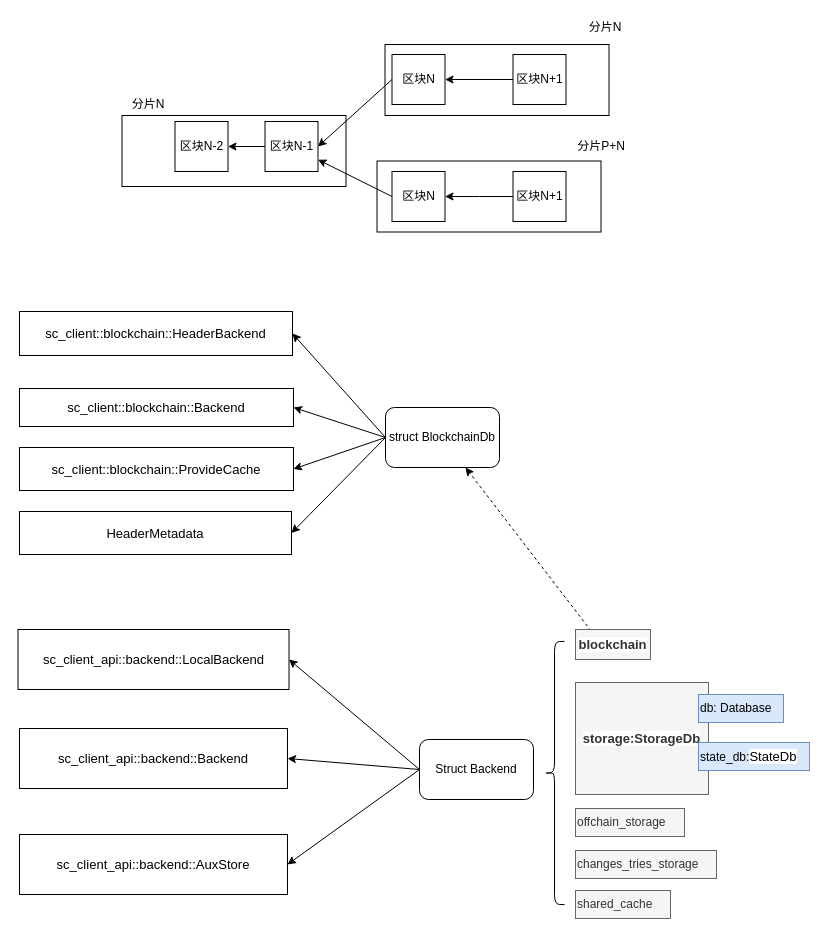
Before: page "分片" (11 of 16) of 设计说明/system.drawio in plotozhu/PynxDoc, a draw.io diagram. Source tidied: cells renumbered, new cells numbered last; positions are measured from the earlier drawing's top-left corner, leaving out a move shared by most shapes. Both pictures are drawn from the tidied source at 100%, with x=0, y=0 at pixel (17, 17).
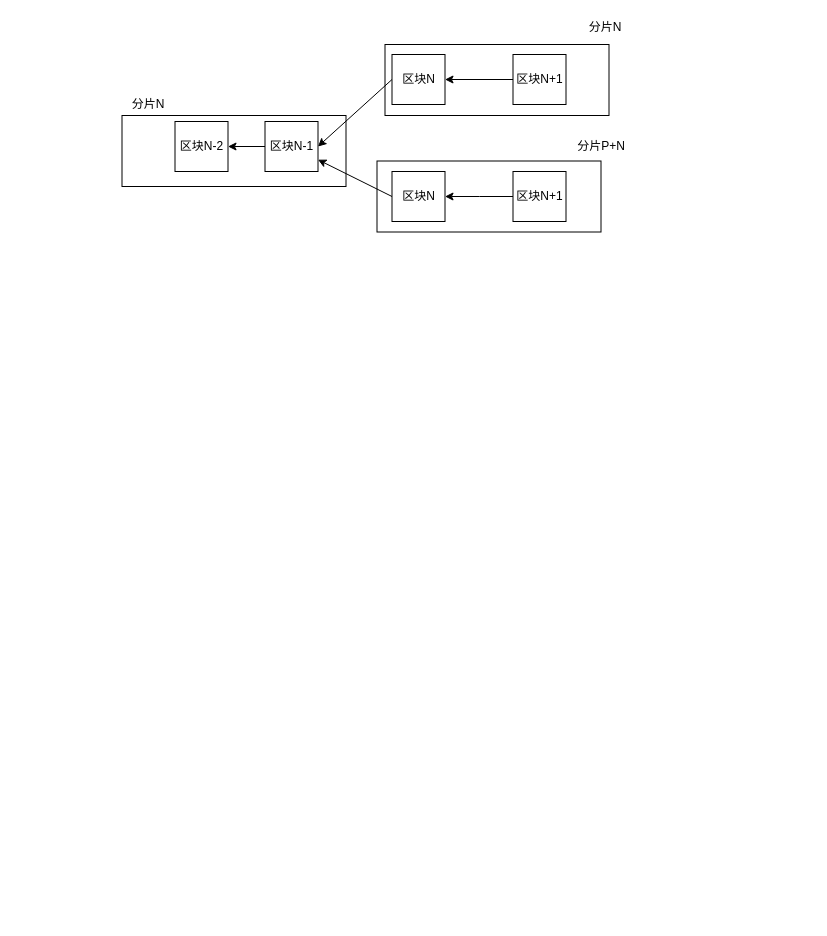
The same page after the edit.

The edit, as a diff of the source:
```diff
@@
-    <mxCell id="19" style="edgeStyle=none;rounded=0;jettySize=auto;html=1;exitX=0;exitY=0.5;exitDx=0;exitDy=0;entryX=1;entryY=0.5;entryDx=0;entryDy=0;" parent="1" edge="1" source="22" target="25">
-      <mxGeometry relative="1" as="geometry" />
-    </mxCell>
-    <mxCell id="20" style="edgeStyle=none;rounded=0;jettySize=auto;html=1;exitX=0;exitY=0.5;exitDx=0;exitDy=0;entryX=1;entryY=0.5;entryDx=0;entryDy=0;" parent="1" edge="1" source="22" target="24">
-      <mxGeometry relative="1" as="geometry" />
-    </mxCell>
-    <mxCell id="21" style="edgeStyle=none;rounded=0;jettySize=auto;html=1;exitX=0;exitY=0.5;exitDx=0;exitDy=0;entryX=1;entryY=0.5;entryDx=0;entryDy=0;" parent="1" edge="1" source="22" target="23">
-      <mxGeometry relative="1" as="geometry" />
-    </mxCell>
-    <mxCell id="22" value="Struct Backend" style="rounded=1;whiteSpace=wrap;html=1;glass=0;" parent="1" vertex="1">
-      <mxGeometry x="402" y="722" width="114" height="60" as="geometry" />
-    </mxCell>
-    <mxCell id="23" value="&lt;pre style=&quot;background-color: rgb(255 , 255 , 255) ; font-family: &amp;#34;jetbrains mono&amp;#34; ; font-size: 9.8pt&quot;&gt;sc_client_api::backend::AuxStore&lt;/pre&gt;" style="rounded=0;whiteSpace=wrap;html=1;" parent="1" vertex="1">
-      <mxGeometry x="2" y="817" width="268" height="60" as="geometry" />
-    </mxCell>
-    <mxCell id="24" value="&lt;pre style=&quot;background-color: rgb(255 , 255 , 255) ; font-family: &amp;#34;jetbrains mono&amp;#34; ; font-size: 9.8pt&quot;&gt;sc_client_api::backend::Backend&lt;/pre&gt;" style="rounded=0;whiteSpace=wrap;html=1;" parent="1" vertex="1">
-      <mxGeometry x="2" y="711" width="268" height="60" as="geometry" />
-    </mxCell>
-    <mxCell id="25" value="&lt;pre style=&quot;background-color: rgb(255 , 255 , 255) ; font-family: &amp;#34;jetbrains mono&amp;#34; ; font-size: 9.8pt&quot;&gt;sc_client_api::backend::LocalBackend&lt;/pre&gt;" style="rounded=0;whiteSpace=wrap;html=1;" parent="1" vertex="1">
-      <mxGeometry x="0.5" y="612" width="271" height="60" as="geometry" />
-    </mxCell>
-    <mxCell id="26" style="edgeStyle=none;rounded=0;jettySize=auto;html=1;exitX=0;exitY=0.5;exitDx=0;exitDy=0;entryX=1;entryY=0.5;entryDx=0;entryDy=0;" parent="1" edge="1" source="30" target="31">
-      <mxGeometry relative="1" as="geometry" />
-    </mxCell>
-    <mxCell id="27" style="edgeStyle=none;rounded=0;jettySize=auto;html=1;exitX=0;exitY=0.5;exitDx=0;exitDy=0;entryX=1;entryY=0.5;entryDx=0;entryDy=0;" parent="1" edge="1" source="30" target="32">
-      <mxGeometry relative="1" as="geometry" />
-    </mxCell>
-    <mxCell id="28" style="edgeStyle=none;rounded=0;jettySize=auto;html=1;exitX=0;exitY=0.5;exitDx=0;exitDy=0;entryX=1;entryY=0.5;entryDx=0;entryDy=0;" parent="1" edge="1" source="30" target="33">
-      <mxGeometry relative="1" as="geometry" />
-    </mxCell>
-    <mxCell id="29" style="edgeStyle=none;rounded=0;jettySize=auto;html=1;exitX=0;exitY=0.5;exitDx=0;exitDy=0;entryX=1;entryY=0.5;entryDx=0;entryDy=0;" parent="1" edge="1" source="30" target="34">
-      <mxGeometry relative="1" as="geometry" />
-    </mxCell>
-    <mxCell id="30" value="struct BlockchainDb" style="rounded=1;whiteSpace=wrap;html=1;" parent="1" vertex="1">
-      <mxGeometry x="368" y="390" width="114" height="60" as="geometry" />
-    </mxCell>
-    <mxCell id="31" value="&lt;pre style=&quot;background-color: rgb(255 , 255 , 255) ; font-family: &amp;#34;jetbrains mono&amp;#34; ; font-size: 9.8pt&quot;&gt;sc_client::blockchain::HeaderBackend&lt;/pre&gt;" style="rounded=0;whiteSpace=wrap;html=1;" parent="1" vertex="1">
-      <mxGeometry x="2" y="294" width="273" height="44" as="geometry" />
-    </mxCell>
-    <mxCell id="32" value="&lt;pre style=&quot;background-color: rgb(255 , 255 , 255) ; font-family: &amp;#34;jetbrains mono&amp;#34; ; font-size: 9.8pt&quot;&gt;sc_client::blockchain::Backend&lt;/pre&gt;" style="rounded=0;whiteSpace=wrap;html=1;" parent="1" vertex="1">
-      <mxGeometry x="2" y="371" width="274" height="38" as="geometry" />
-    </mxCell>
-    <mxCell id="33" value="&lt;pre style=&quot;background-color: rgb(255 , 255 , 255) ; font-family: &amp;#34;jetbrains mono&amp;#34; ; font-size: 9.8pt&quot;&gt;sc_client::blockchain::ProvideCache&lt;/pre&gt;" style="rounded=0;whiteSpace=wrap;html=1;" parent="1" vertex="1">
-      <mxGeometry x="2" y="430" width="274" height="43" as="geometry" />
-    </mxCell>
-    <mxCell id="34" value="&lt;pre style=&quot;background-color: rgb(255 , 255 , 255) ; font-family: &amp;#34;jetbrains mono&amp;#34; ; font-size: 9.8pt&quot;&gt;HeaderMetadata&lt;/pre&gt;" style="rounded=0;whiteSpace=wrap;html=1;" parent="1" vertex="1">
-      <mxGeometry x="2" y="494" width="272" height="43" as="geometry" />
-    </mxCell>
-    <mxCell id="35" style="edgeStyle=none;rounded=0;jettySize=auto;html=1;exitX=0.5;exitY=1;exitDx=0;exitDy=0;dashed=1;" parent="1" edge="1" source="36" target="30">
-      <mxGeometry relative="1" as="geometry" />
-    </mxCell>
-    <mxCell id="36" value="&lt;pre style=&quot;background-color: rgb(255 , 255 , 255) ; font-family: &amp;quot;jetbrains mono&amp;quot; ; font-size: 9.8pt&quot;&gt;&lt;span style=&quot;font-weight: bold;&quot;&gt;blockchain&lt;/span&gt;&lt;/pre&gt;" style="rounded=0;whiteSpace=wrap;html=1;glass=0;fillColor=#f5f5f5;strokeColor=#666666;fontColor=#333333;" parent="1" vertex="1">
-      <mxGeometry x="558" y="612" width="75" height="30" as="geometry" />
-    </mxCell>
-    <mxCell id="37" value="&lt;pre style=&quot;background-color: rgb(255 , 255 , 255) ; font-family: &amp;quot;jetbrains mono&amp;quot; ; font-size: 9.8pt&quot;&gt;&lt;span style=&quot;font-weight: bold;&quot;&gt;storage:StorageDb&lt;/span&gt;&lt;/pre&gt;" style="rounded=0;whiteSpace=wrap;html=1;glass=0;fillColor=#f5f5f5;strokeColor=#666666;fontColor=#333333;" parent="1" vertex="1">
-      <mxGeometry x="558" y="665" width="133" height="112" as="geometry" />
-    </mxCell>
-    <mxCell id="38" value="offchain_storage" style="text;html=1;fillColor=#f5f5f5;strokeColor=#666666;fontColor=#333333;" parent="1" vertex="1">
-      <mxGeometry x="558" y="791" width="109" height="28" as="geometry" />
-    </mxCell>
-    <mxCell id="39" value="changes_tries_storage" style="text;html=1;fillColor=#f5f5f5;strokeColor=#666666;fontColor=#333333;" parent="1" vertex="1">
-      <mxGeometry x="558" y="833" width="141" height="28" as="geometry" />
-    </mxCell>
-    <mxCell id="40" value="shared_cache" style="text;html=1;fillColor=#f5f5f5;strokeColor=#666666;fontColor=#333333;" parent="1" vertex="1">
-      <mxGeometry x="558" y="873" width="95" height="28" as="geometry" />
-    </mxCell>
-    <mxCell id="41" style="shape=curlyBracket;whiteSpace=wrap;html=1;rounded=1;glass=0;fontColor=#333333;" parent="1" vertex="1">
-      <mxGeometry x="527" y="624" width="20" height="263" as="geometry" />
-    </mxCell>
-    <mxCell id="42" value="db: Database" style="text;html=1;fillColor=#dae8fc;strokeColor=#6c8ebf;" parent="1" vertex="1">
-      <mxGeometry x="681" y="677" width="85" height="28" as="geometry" />
-    </mxCell>
-    <mxCell id="43" value="state_db:&lt;span style=&quot;background-color: rgb(255 , 255 , 255) ; color: rgb(0 , 0 , 0) ; font-family: &amp;#34;jetbrains mono&amp;#34; ; font-size: 9.8pt&quot;&gt;StateDb&lt;/span&gt;" style="text;html=1;fillColor=#dae8fc;strokeColor=#6c8ebf;" parent="1" vertex="1">
-      <mxGeometry x="681" y="725" width="111" height="28" as="geometry" />
-    </mxCell>
```
